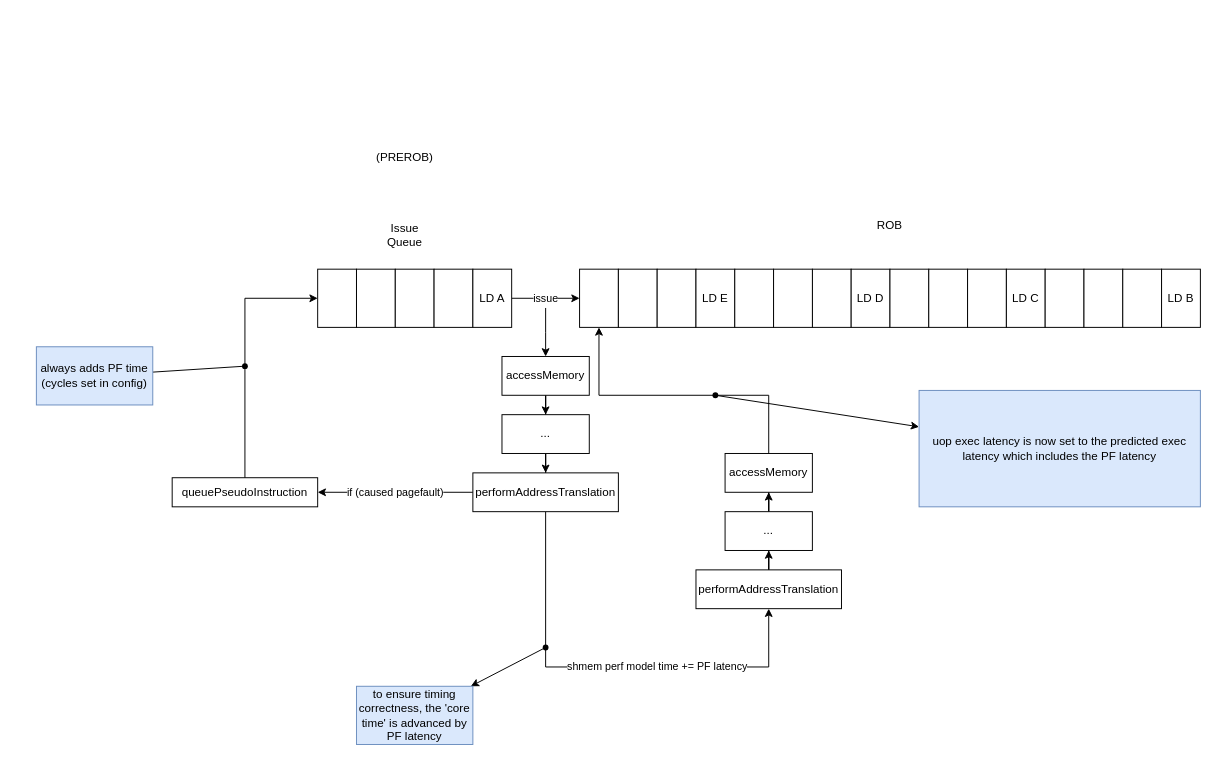
Before: drawio/Diagram zonder titel.drawio in JelteDirks/graduation-graphs, a draw.io diagram. Source tidied: cells renumbered, new cells numbered last; positions are measured from the earlier drawing's top-left corner, leaving out a move shared by most shapes. Both pictures are drawn from the tidied source at 97%, with x=0, y=0 at pixel (36, 143).
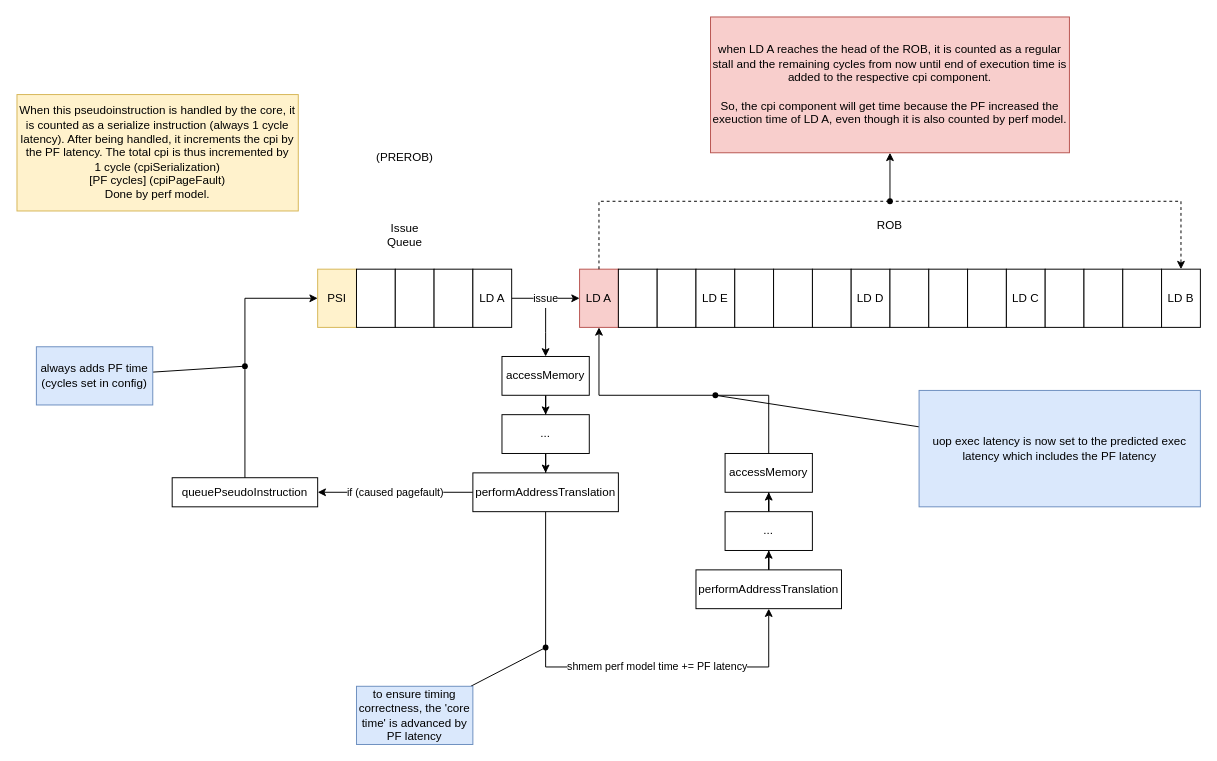
The same diagram, later.

Commit message:
add notes to pf issue

Unchanged cells that the change refers to:
```xml
<mxCell id="16" value="LD B" style="rounded=0;whiteSpace=wrap;html=1;" parent="1" vertex="1">
  <mxGeometry x="1160" y="130" width="40" height="60" as="geometry" />
</mxCell>
<mxCell id="48" style="shape=waypoint;sketch=0;fillStyle=solid;size=6;points=[];fillColor=none;perimeter=centerPerimeter;snapToPoint=1;" parent="1" vertex="1">
  <mxGeometry x="515" y="510" width="20" height="20" as="geometry" />
</mxCell>
<mxCell id="49" value="to ensure timing correctness, the 'core time' is advanced by PF latency" style="whiteSpace=wrap;html=1;fillColor=#dae8fc;sketch=0;fillStyle=solid;strokeColor=#6c8ebf;" parent="1" vertex="1">
  <mxGeometry x="330" y="560" width="120" height="60" as="geometry" />
</mxCell>
<mxCell id="52" style="shape=waypoint;sketch=0;fillStyle=solid;size=6;points=[];fillColor=none;perimeter=centerPerimeter;snapToPoint=1;" parent="1" vertex="1">
  <mxGeometry x="690" y="250" width="20" height="20" as="geometry" />
</mxCell>
<mxCell id="53" value="uop exec latency is now set to the predicted exec latency which includes the PF latency" style="rounded=0;whiteSpace=wrap;html=1;fillColor=#dae8fc;strokeColor=#6c8ebf;" parent="1" vertex="1">
  <mxGeometry x="910" y="255" width="290" height="120" as="geometry" />
</mxCell>
```

The edit, as a diff of the source:
```diff
@@
+    <mxCell id="54" style="edgeStyle=orthogonalEdgeStyle;rounded=0;jettySize=auto;html=1;dashed=1;" parent="1" edge="1" source="59" target="16">
+      <mxGeometry relative="1" as="geometry">
+        <Array as="points">
+          <mxPoint x="1180" y="60" />
+        </Array>
+      </mxGeometry>
+    </mxCell>
-    <mxCell id="2" style="rounded=0;whiteSpace=wrap;html=1;" parent="1" vertex="1">
+    <mxCell id="2" value="LD A" style="rounded=0;whiteSpace=wrap;html=1;fillColor=#f8cecc;strokeColor=#b85450;" parent="1" vertex="1">
       <mxGeometry x="560" y="130" width="40" height="60" as="geometry" />
     </mxCell>
@@
-    <mxCell id="18" style="rounded=0;whiteSpace=wrap;html=1;" parent="1" vertex="1">
+    <mxCell id="18" value="PSI" style="rounded=0;whiteSpace=wrap;html=1;fillColor=#fff2cc;strokeColor=#d6b656;" parent="1" vertex="1">
       <mxGeometry x="290" y="130" width="40" height="60" as="geometry" />
     </mxCell>
@@
-    <mxCell id="47" style="rounded=0;jettySize=auto;html=1;" parent="1" edge="1" source="48" target="49">
+    <mxCell id="47" style="rounded=0;jettySize=auto;html=1;endArrow=none;endFill=0;" parent="1" edge="1" source="48" target="49">
       <mxGeometry relative="1" as="geometry" />
     </mxCell>
@@
-    <mxCell id="51" style="rounded=0;jettySize=auto;html=1;" parent="1" edge="1" source="52" target="53">
+    <mxCell id="51" style="rounded=0;jettySize=auto;html=1;endArrow=none;endFill=0;" parent="1" edge="1" source="52" target="53">
       <mxGeometry relative="1" as="geometry" />
     </mxCell>
@@
+    <mxCell id="55" value="When this pseudoinstruction is handled by the core, it is counted as a serialize instruction (always 1 cycle latency). After being handled, it increments the cpi by the PF latency. The total cpi is thus incremented by&lt;div&gt;1 cycle (cpiSerialization)&lt;/div&gt;&lt;div&gt;[PF cycles] (cpiPageFault)&lt;/div&gt;&lt;div&gt;Done by perf model.&lt;/div&gt;" style="whiteSpace=wrap;html=1;fillColor=#fff2cc;strokeColor=#d6b656;" parent="1" vertex="1">
+      <mxGeometry x="-20" y="-50" width="290" height="120" as="geometry" />
+    </mxCell>
+    <mxCell id="56" value="when LD A reaches the head of the ROB, it is counted as a regular stall and the remaining cycles from now until end of execution time is added to the respective cpi component.&lt;div&gt;&lt;br&gt;&lt;/div&gt;&lt;div&gt;So, the cpi component will get time because the PF increased the exeuction time of LD A, even though it is also counted by perf model.&lt;/div&gt;" style="rounded=0;whiteSpace=wrap;html=1;fillColor=#f8cecc;strokeColor=#b85450;" parent="1" vertex="1">
+      <mxGeometry x="695" y="-130" width="370" height="140" as="geometry" />
+    </mxCell>
+    <mxCell id="57" style="edgeStyle=orthogonalEdgeStyle;rounded=0;jettySize=auto;html=1;dashed=1;endArrow=none;endFill=0;" parent="1" edge="1" source="2" target="59">
+      <mxGeometry relative="1" as="geometry">
+        <Array as="points">
+          <mxPoint x="580" y="60" />
+        </Array>
+      </mxGeometry>
+    </mxCell>
+    <mxCell id="58" style="edgeStyle=orthogonalEdgeStyle;rounded=0;jettySize=auto;html=1;" parent="1" edge="1" source="59" target="56">
+      <mxGeometry relative="1" as="geometry" />
+    </mxCell>
+    <mxCell id="59" style="shape=waypoint;sketch=0;fillStyle=solid;size=6;points=[];fillColor=none;perimeter=centerPerimeter;snapToPoint=1;" parent="1" vertex="1">
+      <mxGeometry x="870" y="50" width="20" height="20" as="geometry" />
+    </mxCell>
```
